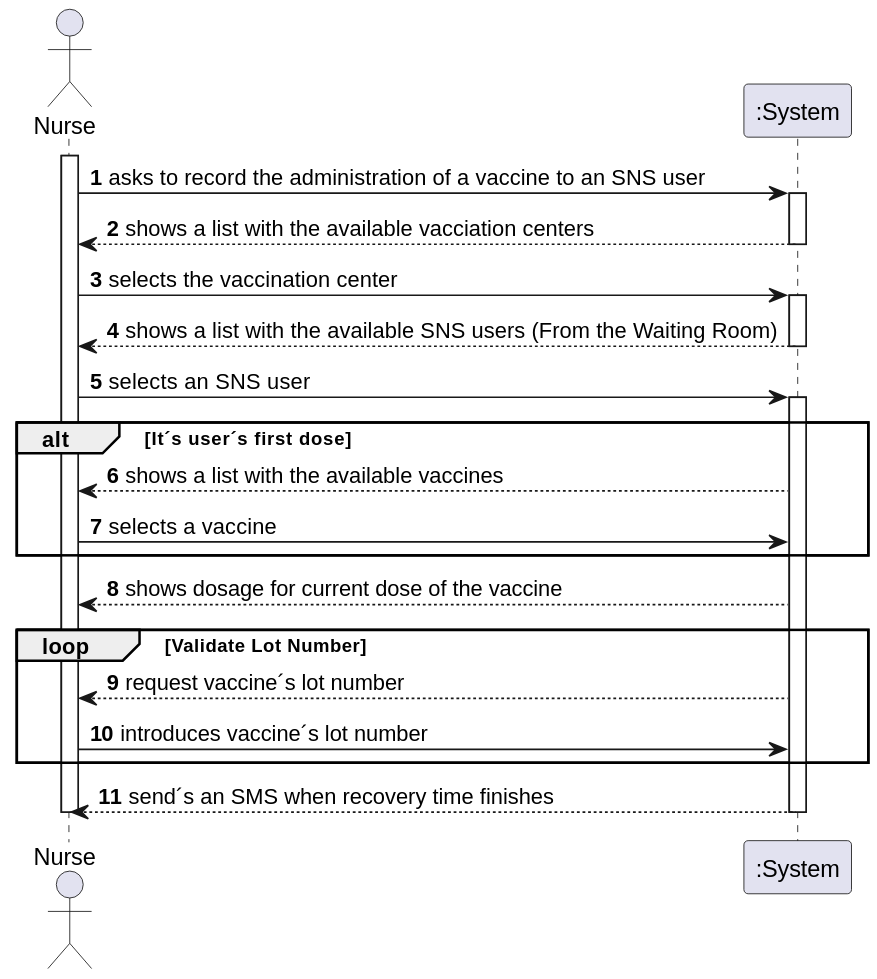
Earlier version of the PlantUML export docs/SprintD/US008/US008_SSD.svg (Pirussa/lei-22-s2-1da-g02).
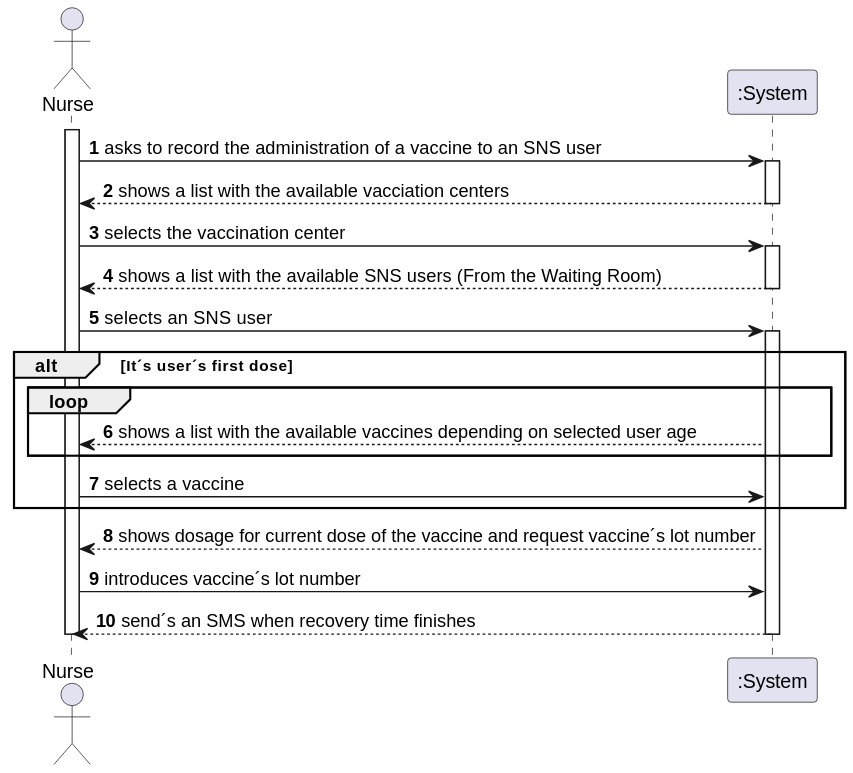
After the change.

The edit, as a diff of the source:
```diff
@@ -18,17 +18,15 @@
 
 activate ":System"
 alt It´s user´s first dose
-":System" --> N : shows a list with the available vaccines
-
+loop
+":System" --> N : shows a list with the available vaccines depending on selected user age
+end
 N -> ":System" : selects a vaccine
 end
 
 activate ":System"
-":System" --> N : shows dosage for current dose of the vaccine
-loop Validate Lot Number
-":System" --> N : request vaccine´s lot number
+":System" --> N : shows dosage for current dose of the vaccine and request vaccine´s lot number
 N -> ":System" : introduces vaccine´s lot number
-end
 
 ":System" --> N : send´s an SMS when recovery time finishes
 deactivate ":System"
```
